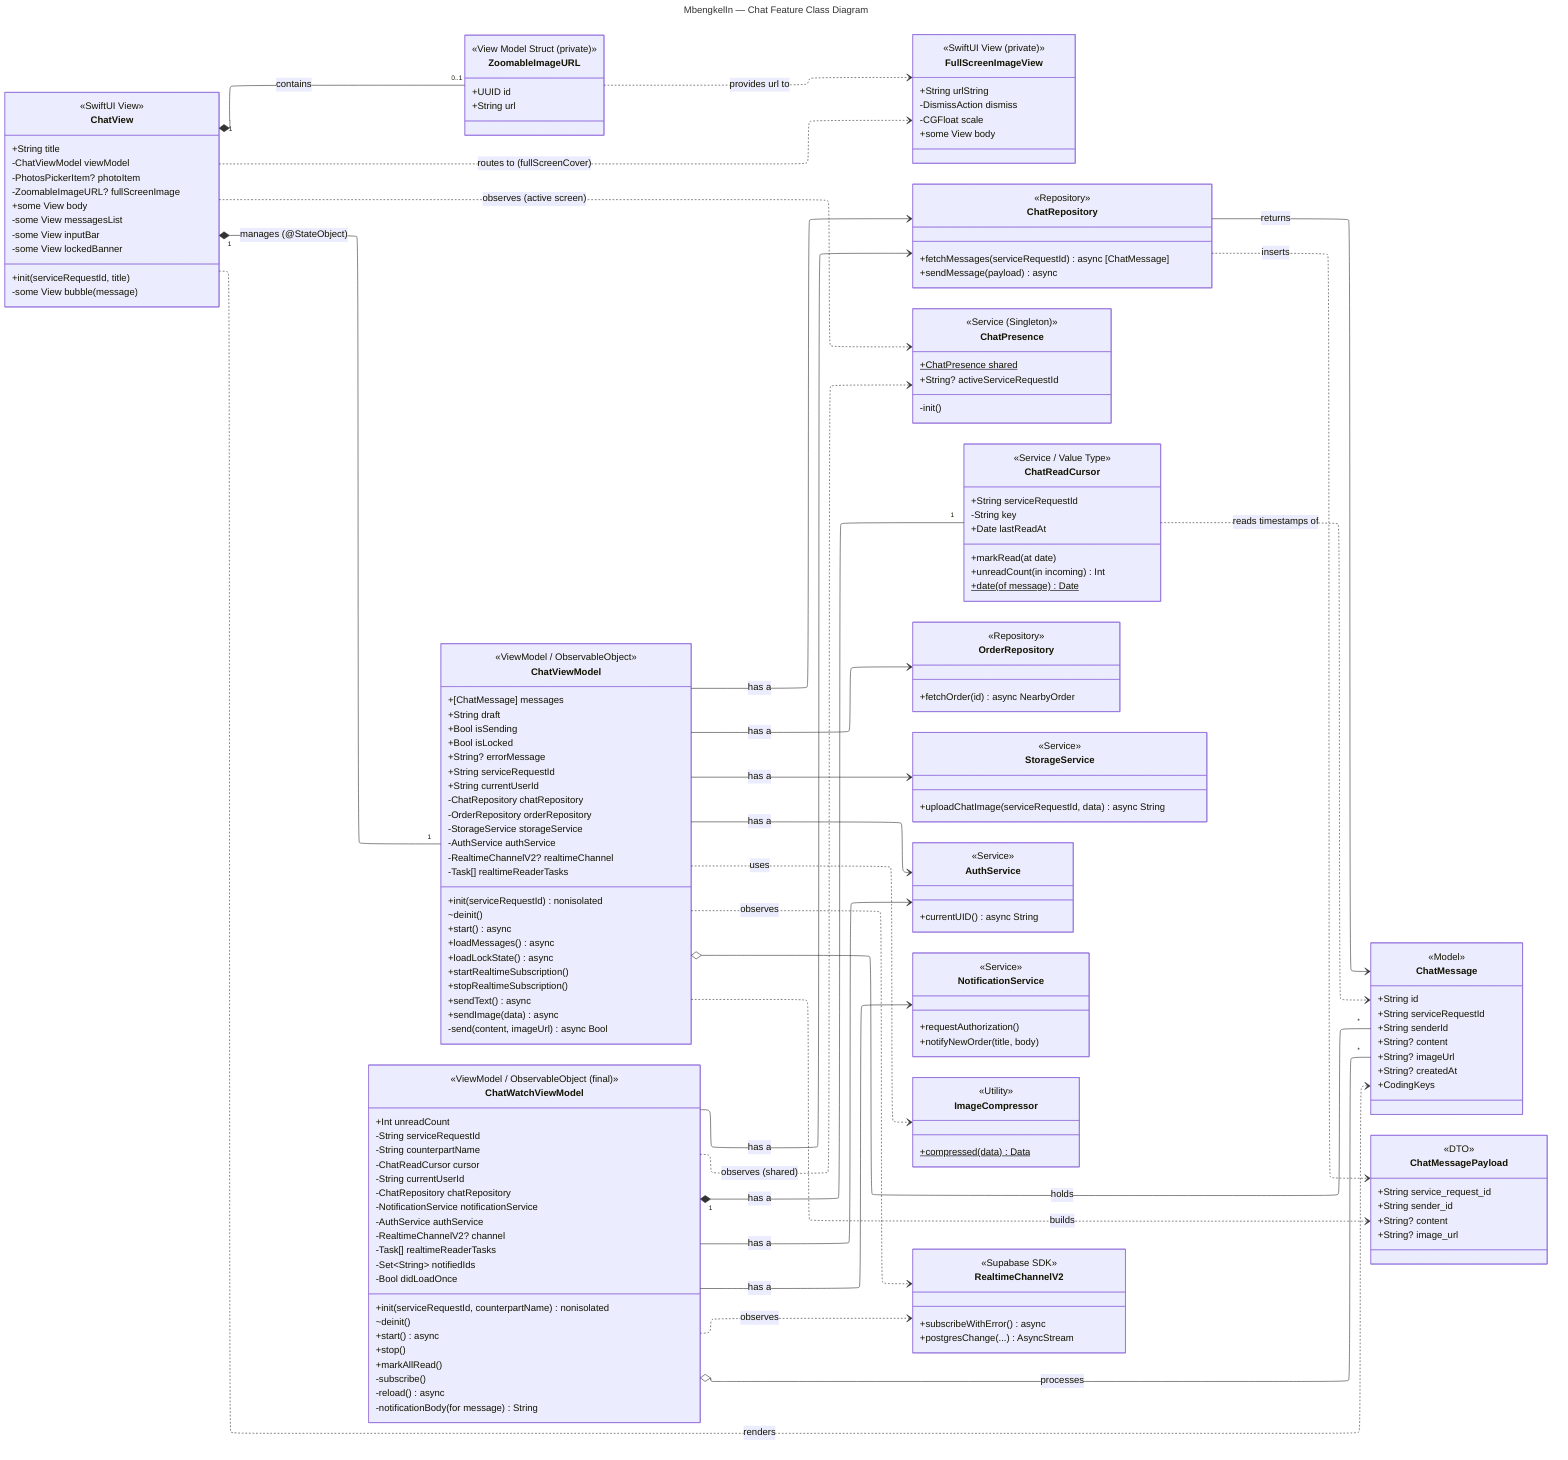
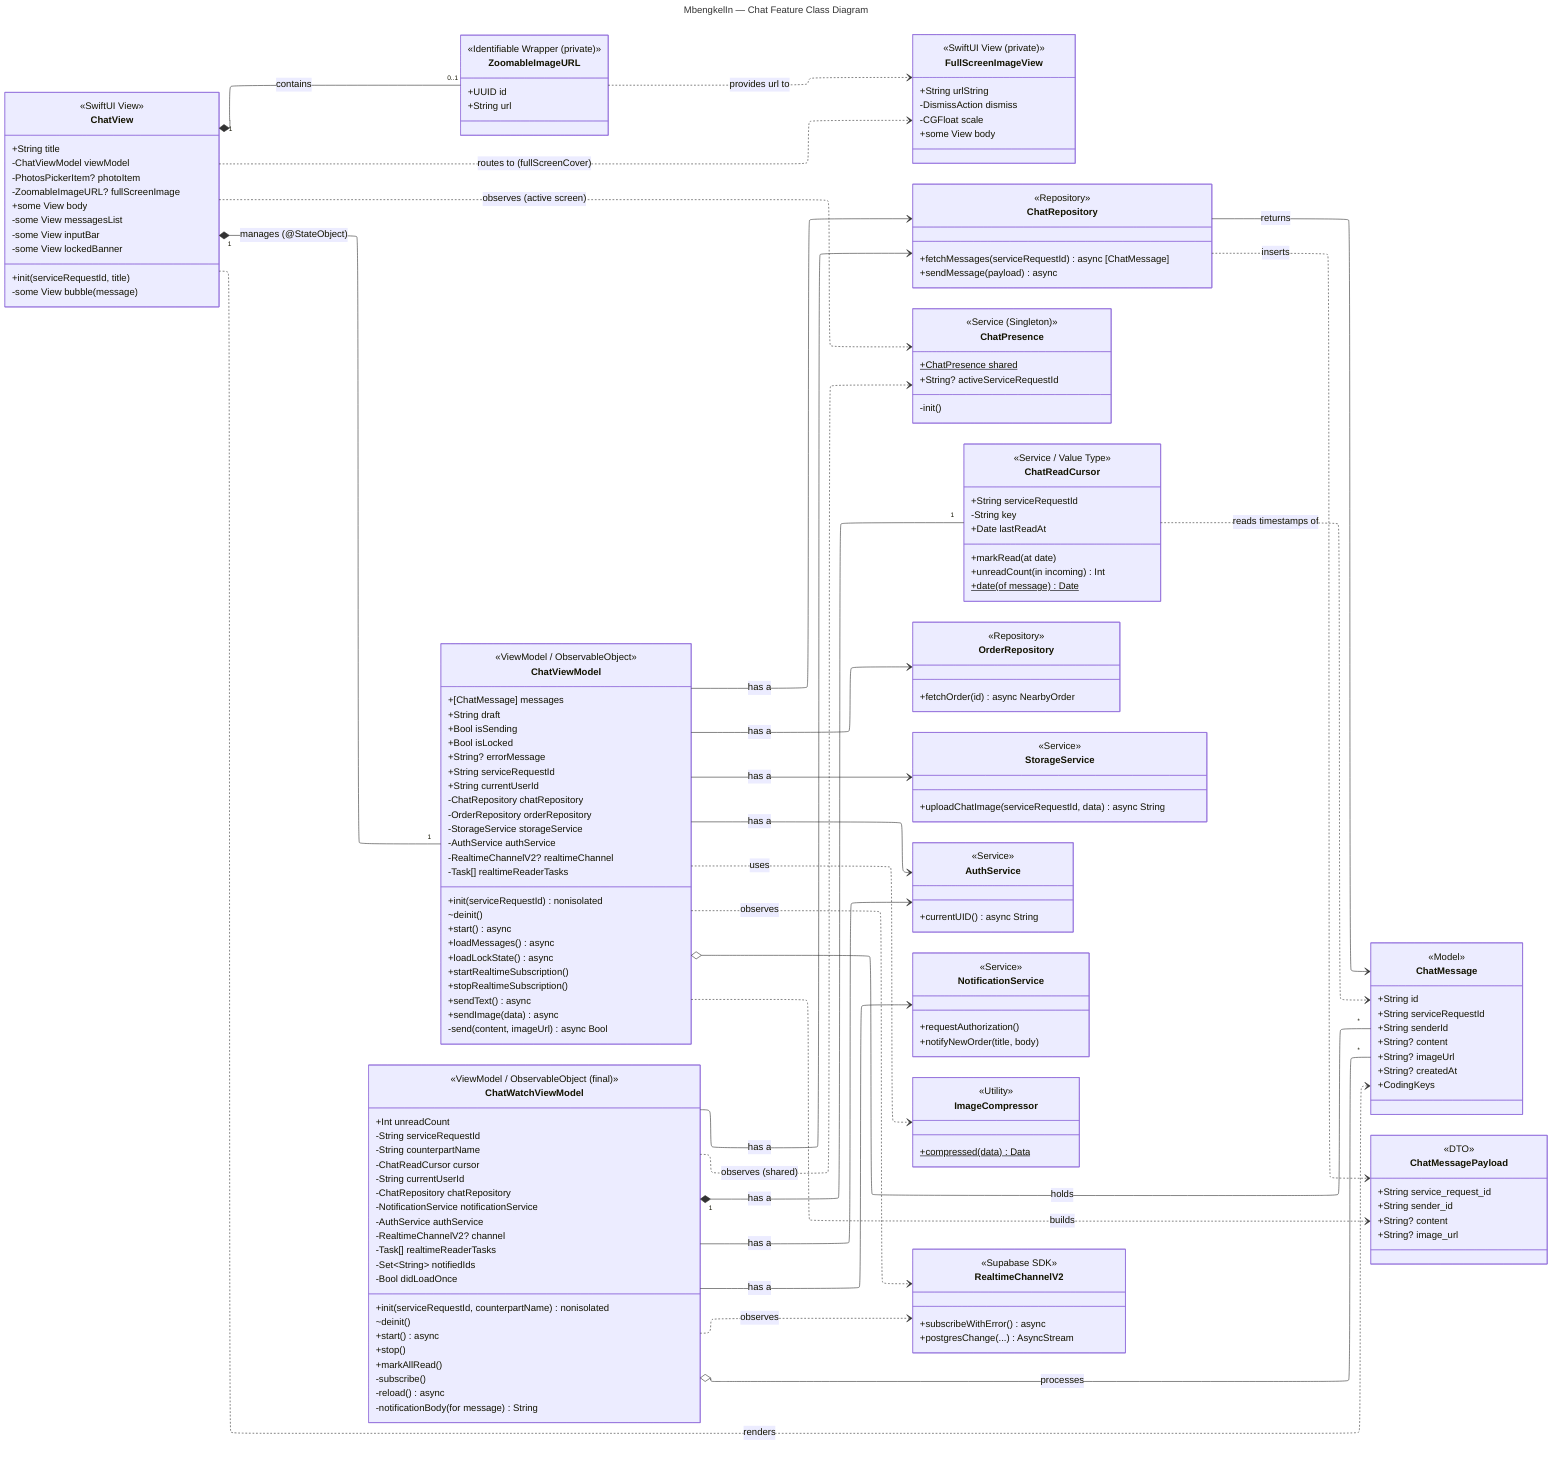
---
title: MbengkelIn — Chat Feature Class Diagram
config:
  layout: elk
  elk:
    mergeEdges: false
    nodePlacementStrategy: NETWORK_SIMPLEX
---
classDiagram
    direction LR

    %% ============ VIEWS ============
    class ChatView["ChatView"] {
        <<SwiftUI View>>
        +String title
        -ChatViewModel viewModel
        -PhotosPickerItem? photoItem
        -ZoomableImageURL? fullScreenImage
        +init(serviceRequestId, title)
        +some View body
        -some View messagesList
        -some View bubble(message)
        -some View inputBar
        -some View lockedBanner
    }

    class FullScreenImageView["FullScreenImageView"] {
        <<SwiftUI View (private)>>
        +String urlString
        -DismissAction dismiss
        -CGFloat scale
        +some View body
    }

    class ZoomableImageURL["ZoomableImageURL"] {
-         <<View Model Struct (private)>>
+         <<Identifiable Wrapper (private)>>
        +UUID id
        +String url
    }

    %% ============ VIEWMODELS ============
    class ChatViewModel["ChatViewModel"] {
        <<ViewModel / ObservableObject>>
        +[ChatMessage] messages
        +String draft
        +Bool isSending
        +Bool isLocked
        +String? errorMessage
        +String serviceRequestId
        +String currentUserId
        -ChatRepository chatRepository
        -OrderRepository orderRepository
        -StorageService storageService
        -AuthService authService
        -RealtimeChannelV2? realtimeChannel
        -Task[] realtimeReaderTasks
        +init(serviceRequestId) nonisolated
        ~deinit()
        +start() async
        +loadMessages() async
        +loadLockState() async
        +startRealtimeSubscription()
        +stopRealtimeSubscription()
        +sendText() async
        +sendImage(data) async
        -send(content, imageUrl) async Bool
    }

    class ChatWatchViewModel["ChatWatchViewModel"] {
        <<ViewModel / ObservableObject (final)>>
        +Int unreadCount
        -String serviceRequestId
        -String counterpartName
        -ChatReadCursor cursor
        -String currentUserId
        -ChatRepository chatRepository
        -NotificationService notificationService
        -AuthService authService
        -RealtimeChannelV2? channel
        -Task[] realtimeReaderTasks
        -Set~String~ notifiedIds
        -Bool didLoadOnce
        +init(serviceRequestId, counterpartName) nonisolated
        ~deinit()
        +start() async
        +stop()
        +markAllRead()
        -subscribe()
        -reload() async
        -notificationBody(for message) String
    }

    %% ============ REPOSITORY ============
    class ChatRepository["ChatRepository"] {
        <<Repository>>
        +fetchMessages(serviceRequestId) async [ChatMessage]
        +sendMessage(payload) async
    }

    %% ============ SERVICES (Chat-owned) ============
    class ChatPresence["ChatPresence"] {
        <<Service (Singleton)>>
        +ChatPresence shared$
        +String? activeServiceRequestId
        -init()
    }

    class ChatReadCursor["ChatReadCursor"] {
        <<Service / Value Type>>
        +String serviceRequestId
        -String key
        +Date lastReadAt
        +markRead(at date)
        +unreadCount(in incoming) Int
        +date(of message) Date$
    }

    %% ============ MODEL / DTO ============
    class ChatMessage["ChatMessage"] {
        <<Model>>
        +String id
        +String serviceRequestId
        +String senderId
        +String? content
        +String? imageUrl
        +String? createdAt
        +CodingKeys
    }

    class ChatMessagePayload["ChatMessagePayload"] {
        <<DTO>>
        +String service_request_id
        +String sender_id
        +String? content
        +String? image_url
    }

    %% ============ COLLABORATORS (referenced, not Chat-owned) ============
    class OrderRepository["OrderRepository"] {
        <<Repository>>
        +fetchOrder(id) async NearbyOrder
    }

    class StorageService["StorageService"] {
        <<Service>>
        +uploadChatImage(serviceRequestId, data) async String
    }

    class AuthService["AuthService"] {
        <<Service>>
        +currentUID() async String
    }

    class NotificationService["NotificationService"] {
        <<Service>>
        +requestAuthorization()
        +notifyNewOrder(title, body)
    }

    class ImageCompressor["ImageCompressor"] {
        <<Utility>>
        +compressed(data) Data$
    }

    class RealtimeChannelV2["RealtimeChannelV2"] {
        <<Supabase SDK>>
        +subscribeWithError() async
        +postgresChange(...) AsyncStream
    }

    %% ============ RELATIONSHIPS ============
    %% View layer
    ChatView "1" *-- "1" ChatViewModel : manages (@StateObject)
    ChatView "1" *-- "0..1" ZoomableImageURL : contains
    ChatView ..> FullScreenImageView : routes to (fullScreenCover)
    ChatView ..> ChatPresence : observes (active screen)
    ChatView ..> ChatMessage : renders
    ZoomableImageURL ..> FullScreenImageView : provides url to

    %% ChatViewModel collaborations
    ChatViewModel o-- "*" ChatMessage : holds
    ChatViewModel --> ChatRepository : has a
    ChatViewModel --> OrderRepository : has a
    ChatViewModel --> StorageService : has a
    ChatViewModel --> AuthService : has a
    ChatViewModel ..> ChatMessagePayload : builds
    ChatViewModel ..> ImageCompressor : uses
    ChatViewModel ..> RealtimeChannelV2 : observes

    %% ChatWatchViewModel collaborations
    ChatWatchViewModel "1" *-- "1" ChatReadCursor : has a
    ChatWatchViewModel --> ChatRepository : has a
    ChatWatchViewModel --> NotificationService : has a
    ChatWatchViewModel --> AuthService : has a
    ChatWatchViewModel ..> ChatPresence : observes (shared)
    ChatWatchViewModel o-- "*" ChatMessage : processes
    ChatWatchViewModel ..> RealtimeChannelV2 : observes

    %% Repository / Cursor data flow
    ChatRepository --> ChatMessage : returns
    ChatRepository ..> ChatMessagePayload : inserts
    ChatReadCursor ..> ChatMessage : reads timestamps of
